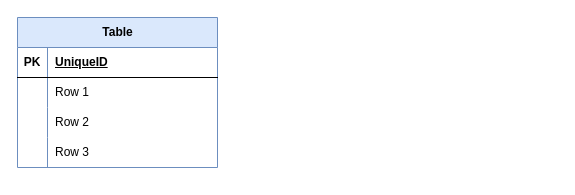
Earlier version of the draw.io diagram COTTI.drawio (starzy1990/diagrams). Source tidied: cells renumbered, new cells numbered last; positions are measured from the earlier drawing's top-left corner, leaving out a move shared by most shapes. Both pictures are drawn from the tidied source at 100%, with x=0, y=0 at pixel (17, 17).
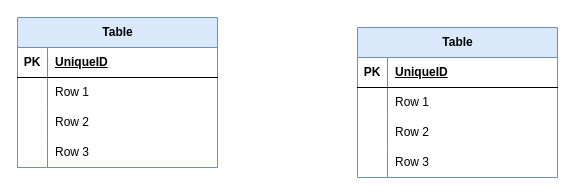
The same diagram, later.

Change to the diagram source:
```diff
@@
+    <mxCell id="15" value="Table" style="shape=table;startSize=30;childLayout=tableLayout;rowLines=0;fontStyle=1;align=center;html=1;fillColor=#dae8fc;strokeColor=#6c8ebf;" parent="1" vertex="1">
+      <mxGeometry x="340" y="10" width="200" height="150" as="geometry" />
+    </mxCell>
+    <mxCell id="16" style="shape=tableRow;horizontal=0;startSize=0;swimlaneHead=0;swimlaneBody=0;fillColor=none;top=0;left=0;right=0;bottom=1;" parent="15" vertex="1">
+      <mxGeometry y="30" width="200" height="30" as="geometry" />
+    </mxCell>
+    <mxCell id="17" value="PK" style="shape=partialRectangle;fillColor=none;top=0;left=0;bottom=0;right=0;fontStyle=1;overflow=hidden;whiteSpace=wrap;html=1;" parent="16" vertex="1">
+      <mxGeometry width="30" height="30" as="geometry" />
+    </mxCell>
+    <mxCell id="18" value="UniqueID" style="shape=partialRectangle;fillColor=none;top=0;left=0;bottom=0;right=0;align=left;spacingLeft=6;fontStyle=5;overflow=hidden;whiteSpace=wrap;html=1;" parent="16" vertex="1">
+      <mxGeometry x="30" width="170" height="30" as="geometry" />
+    </mxCell>
+    <mxCell id="19" style="shape=tableRow;horizontal=0;startSize=0;swimlaneHead=0;swimlaneBody=0;fillColor=none;top=0;left=0;right=0;bottom=0;" parent="15" vertex="1">
+      <mxGeometry y="60" width="200" height="30" as="geometry" />
+    </mxCell>
+    <mxCell id="20" style="shape=partialRectangle;fillColor=none;top=0;left=0;bottom=0;right=0;overflow=hidden;whiteSpace=wrap;html=1;" parent="19" vertex="1">
+      <mxGeometry width="30" height="30" as="geometry" />
+    </mxCell>
+    <mxCell id="21" value="Row 1" style="shape=partialRectangle;fillColor=none;top=0;left=0;bottom=0;right=0;align=left;spacingLeft=6;overflow=hidden;whiteSpace=wrap;html=1;" parent="19" vertex="1">
+      <mxGeometry x="30" width="170" height="30" as="geometry" />
+    </mxCell>
+    <mxCell id="22" style="shape=tableRow;horizontal=0;startSize=0;swimlaneHead=0;swimlaneBody=0;fillColor=none;top=0;left=0;right=0;bottom=0;" parent="15" vertex="1">
+      <mxGeometry y="90" width="200" height="30" as="geometry" />
+    </mxCell>
+    <mxCell id="23" style="shape=partialRectangle;fillColor=none;top=0;left=0;bottom=0;right=0;overflow=hidden;whiteSpace=wrap;html=1;" parent="22" vertex="1">
+      <mxGeometry width="30" height="30" as="geometry" />
+    </mxCell>
+    <mxCell id="24" value="Row 2" style="shape=partialRectangle;fillColor=none;top=0;left=0;bottom=0;right=0;align=left;spacingLeft=6;overflow=hidden;whiteSpace=wrap;html=1;" parent="22" vertex="1">
+      <mxGeometry x="30" width="170" height="30" as="geometry" />
+    </mxCell>
+    <mxCell id="25" style="shape=tableRow;horizontal=0;startSize=0;swimlaneHead=0;swimlaneBody=0;fillColor=none;top=0;left=0;right=0;bottom=0;" parent="15" vertex="1">
+      <mxGeometry y="120" width="200" height="30" as="geometry" />
+    </mxCell>
+    <mxCell id="26" style="shape=partialRectangle;fillColor=none;top=0;left=0;bottom=0;right=0;overflow=hidden;whiteSpace=wrap;html=1;" parent="25" vertex="1">
+      <mxGeometry width="30" height="30" as="geometry" />
+    </mxCell>
+    <mxCell id="27" value="Row 3" style="shape=partialRectangle;fillColor=none;top=0;left=0;bottom=0;right=0;align=left;spacingLeft=6;overflow=hidden;whiteSpace=wrap;html=1;" parent="25" vertex="1">
+      <mxGeometry x="30" width="170" height="30" as="geometry" />
+    </mxCell>
```
